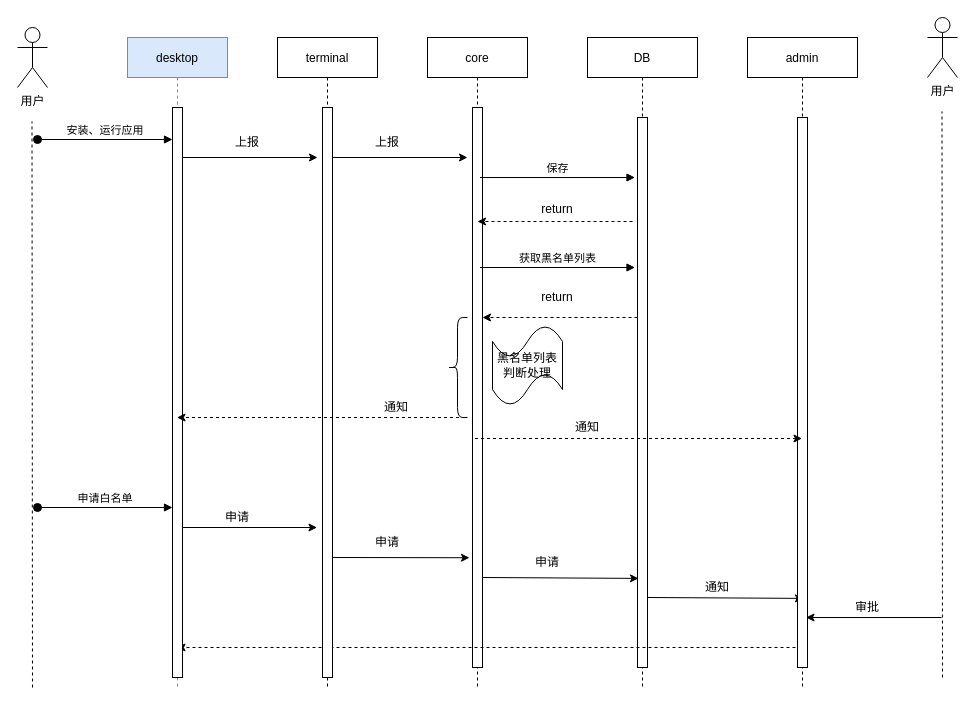
This is app_center_safe_set_terminal_app.drawio from chenkangzeng/appstreaming, a draw.io file, before an edit. Source tidied: cells renumbered, new cells numbered last; positions are measured from the earlier drawing's top-left corner, leaving out a move shared by most shapes. Both pictures are drawn from the tidied source at 100%, with x=0, y=0 at pixel (17, 17).
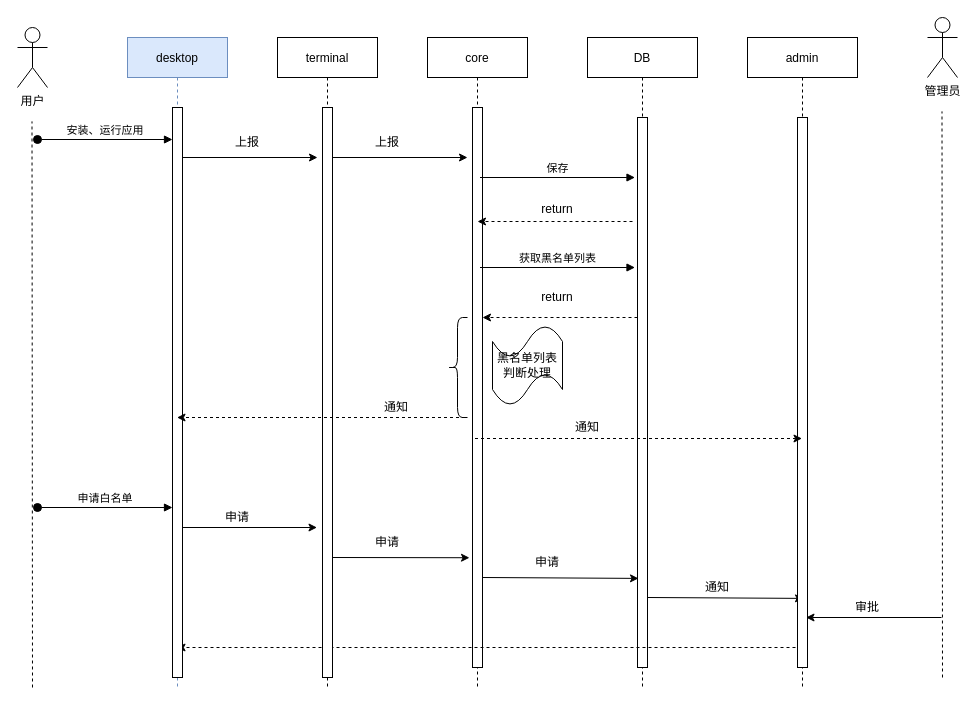
After the change.

What changed in the source:
```diff
@@
-    <mxCell id="42" value="用户" style="shape=umlActor;verticalLabelPosition=bottom;verticalAlign=top;html=1;" parent="1" vertex="1">
+    <mxCell id="42" value="管理员" style="shape=umlActor;verticalLabelPosition=bottom;verticalAlign=top;html=1;" parent="1" vertex="1">
       <mxGeometry x="910" width="30" height="60" as="geometry" />
     </mxCell>
```
